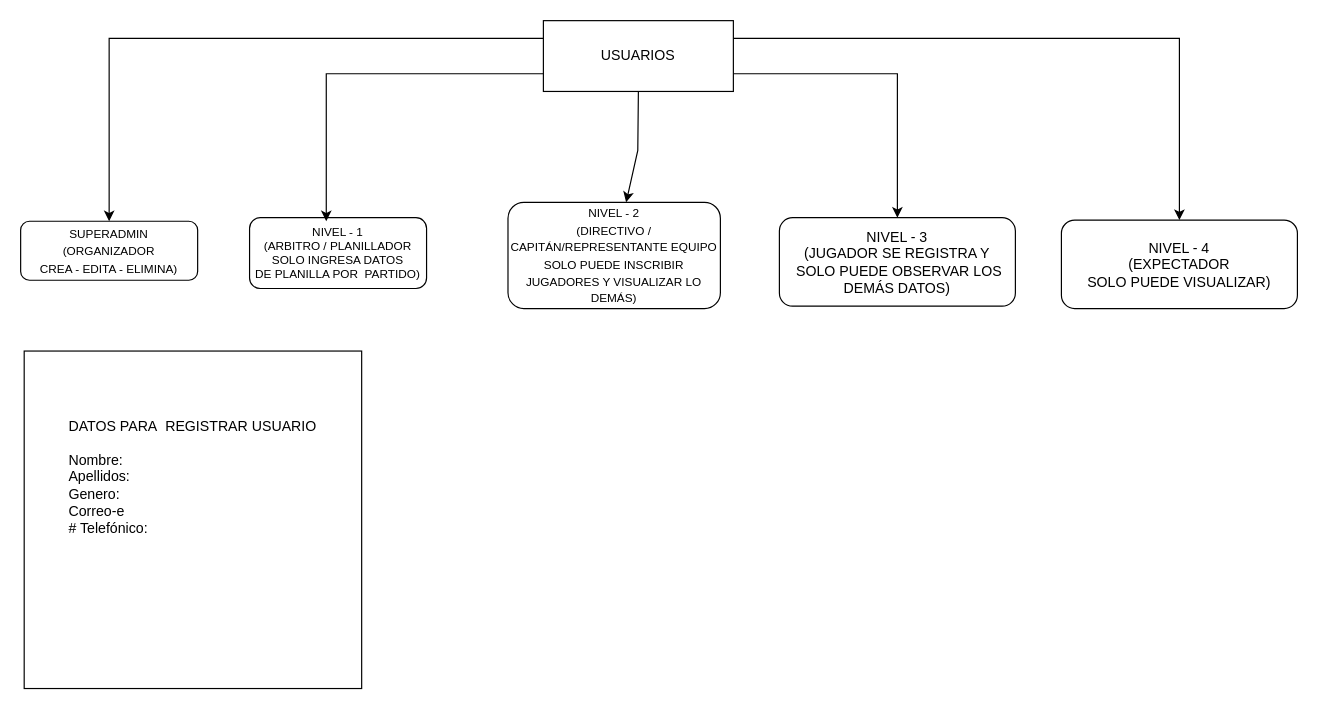
raocampo/diagramas keeps this draw.io diagram as Diagrama sin título.drawio. Above is the earlier version. Source tidied: cells renumbered, new cells numbered last; positions are measured from the earlier drawing's top-left corner, leaving out a move shared by most shapes. Both pictures are drawn from the tidied source at 118%, with x=0, y=0 at pixel (20, 20).
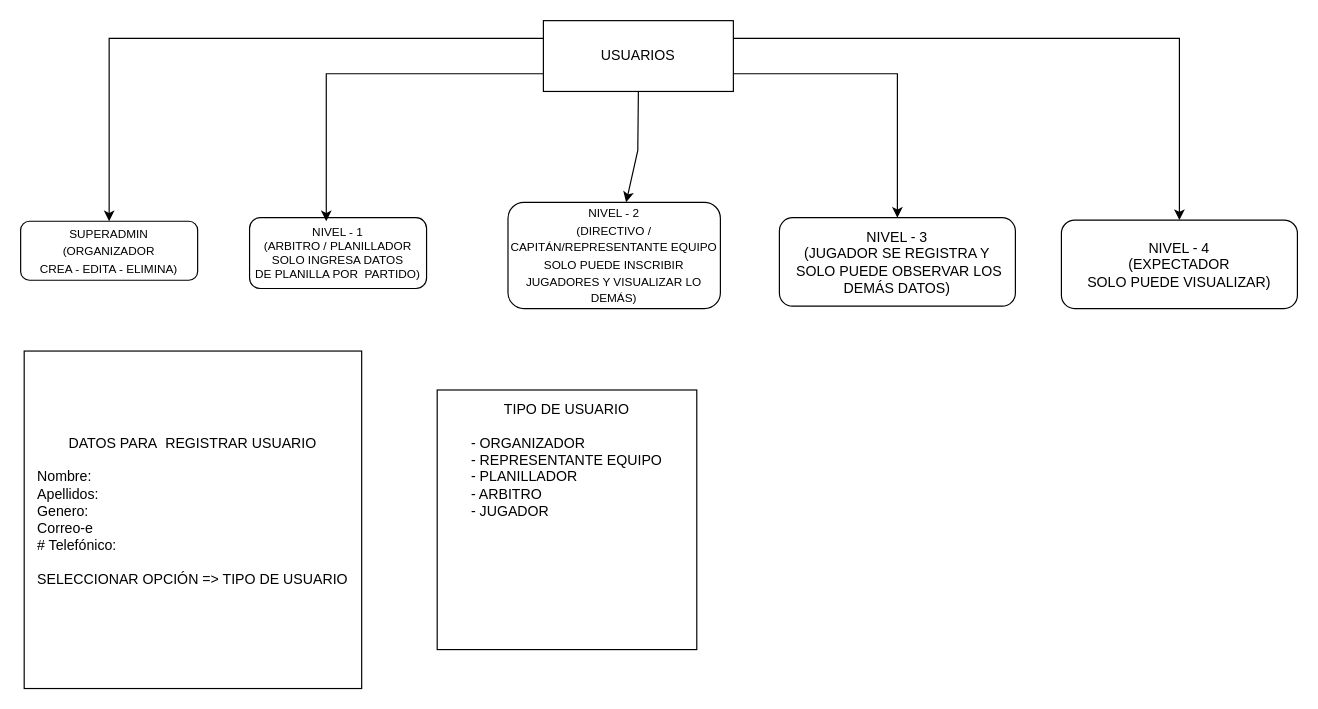
The same diagram, later.

The edit, as a diff of the source:
```diff
@@
-    <mxCell id="13" value="DATOS PARA&amp;nbsp; REGISTRAR USUARIO&lt;br&gt;&lt;br&gt;&lt;div align=&quot;left&quot;&gt;Nombre:&lt;br&gt;Apellidos:&lt;br&gt;Genero:&lt;/div&gt;&lt;div align=&quot;left&quot;&gt;Correo-e&lt;/div&gt;&lt;div align=&quot;left&quot;&gt;# Telefónico:&lt;/div&gt;&lt;div align=&quot;left&quot;&gt;&lt;br&gt;&lt;/div&gt;&lt;div align=&quot;left&quot;&gt;&lt;br&gt;&lt;/div&gt;&lt;div align=&quot;left&quot;&gt;&lt;br&gt;&lt;/div&gt;&lt;div align=&quot;left&quot;&gt;&lt;br&gt;&lt;/div&gt;&lt;div align=&quot;left&quot;&gt;&lt;br&gt;&lt;/div&gt;" style="whiteSpace=wrap;html=1;" parent="1" vertex="1">
+    <mxCell id="13" value="DATOS PARA&amp;nbsp; REGISTRAR USUARIO&lt;br&gt;&lt;br&gt;&lt;div align=&quot;left&quot;&gt;Nombre:&lt;br&gt;Apellidos:&lt;br&gt;Genero:&lt;/div&gt;&lt;div align=&quot;left&quot;&gt;Correo-e&lt;/div&gt;&lt;div align=&quot;left&quot;&gt;# Telefónico:&lt;/div&gt;&lt;div align=&quot;left&quot;&gt;&lt;br&gt;&lt;/div&gt;&lt;div align=&quot;left&quot;&gt;SELECCIONAR OPCIÓN =&amp;gt; TIPO DE USUARIO&lt;/div&gt;&lt;div align=&quot;left&quot;&gt;&lt;br&gt;&lt;/div&gt;" style="whiteSpace=wrap;html=1;" parent="1" vertex="1">
       <mxGeometry x="3" y="280" width="286" height="286" as="geometry" />
     </mxCell>
+    <mxCell id="14" value="TIPO DE USUARIO&lt;br&gt;&lt;br&gt;&lt;div align=&quot;left&quot;&gt;- ORGANIZADOR&lt;/div&gt;&lt;div align=&quot;left&quot;&gt;- REPRESENTANTE EQUIPO&lt;/div&gt;&lt;div align=&quot;left&quot;&gt;- PLANILLADOR&lt;/div&gt;&lt;div align=&quot;left&quot;&gt;- ARBITRO&lt;/div&gt;&lt;div align=&quot;left&quot;&gt;- JUGADOR&lt;br&gt;&lt;/div&gt;&lt;div align=&quot;left&quot;&gt;&lt;br&gt;&lt;/div&gt;&lt;br&gt;&lt;div align=&quot;left&quot;&gt;&lt;br&gt;&lt;/div&gt;&lt;div align=&quot;left&quot;&gt;&lt;br&gt;&lt;/div&gt;&lt;div align=&quot;left&quot;&gt;&lt;br&gt;&lt;/div&gt;&lt;div align=&quot;left&quot;&gt;&lt;br&gt;&lt;/div&gt;&lt;div align=&quot;left&quot;&gt;&lt;br&gt;&lt;/div&gt;" style="whiteSpace=wrap;html=1;" parent="1" vertex="1">
+      <mxGeometry x="353" y="313" width="220" height="220" as="geometry" />
+    </mxCell>
```
